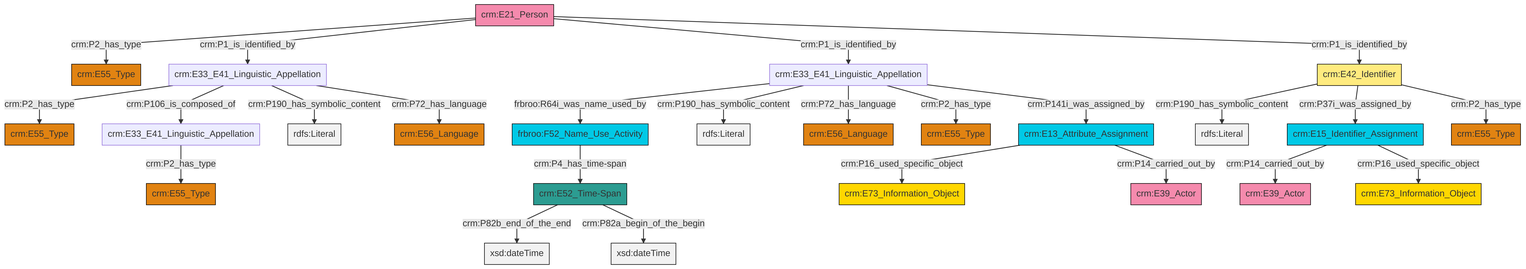
The Mermaid diagram et/personCSV/ttl/mmd/png/Person_Names_and_Classification.png in swiss-art-research-net/reference-data-models, before a commit. Its source is kept beside it as et/personCSV/ttl/mmd/Person_Names_and_Classification.ttl.mmd.
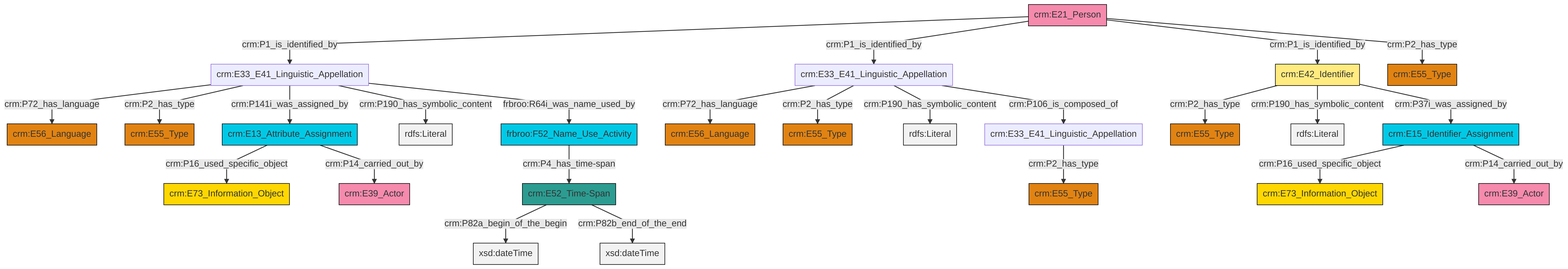
After the change.

Diff of the diagram source:
```diff
@@ -13,27 +13,27 @@
 classDef PC_Classes fill:#4ce600, stroke:#000000;
 classDef Multi fill:#cccccc,stroke:#000000;
 
-6["crm:E13_Attribute_Assignment"]:::Temporal_Entity -->|crm:P16_used_specific_object| 7["crm:E73_Information_Object"]:::Conceptual_Object
-13["crm:E33_E41_Linguistic_Appellation"]:::Default -->|frbroo:R64i_was_name_used_by| 14["frbroo:F52_Name_Use_Activity"]:::Temporal_Entity
-8["crm:E33_E41_Linguistic_Appellation"]:::Default -->|crm:P2_has_type| 17["crm:E55_Type"]:::Type
-13["crm:E33_E41_Linguistic_Appellation"]:::Default -->|crm:P190_has_symbolic_content| 20[rdfs:Literal]:::Literal
-13["crm:E33_E41_Linguistic_Appellation"]:::Default -->|crm:P72_has_language| 21["crm:E56_Language"]:::Type
-23["crm:E33_E41_Linguistic_Appellation"]:::Default -->|crm:P2_has_type| 15["crm:E55_Type"]:::Type
-18["crm:E15_Identifier_Assignment"]:::Temporal_Entity -->|crm:P14_carried_out_by| 24["crm:E39_Actor"]:::Actor
-18["crm:E15_Identifier_Assignment"]:::Temporal_Entity -->|crm:P16_used_specific_object| 25["crm:E73_Information_Object"]:::Conceptual_Object
-26["crm:E21_Person"]:::Actor -->|crm:P2_has_type| 11["crm:E55_Type"]:::Type
-0["crm:E52_Time-Span"]:::Time-Span -->|crm:P82b_end_of_the_end| 29[xsd:dateTime]:::Literal
-23["crm:E33_E41_Linguistic_Appellation"]:::Default -->|crm:P106_is_composed_of| 8["crm:E33_E41_Linguistic_Appellation"]:::Default
-26["crm:E21_Person"]:::Actor -->|crm:P1_is_identified_by| 23["crm:E33_E41_Linguistic_Appellation"]:::Default
-13["crm:E33_E41_Linguistic_Appellation"]:::Default -->|crm:P2_has_type| 32["crm:E55_Type"]:::Type
-23["crm:E33_E41_Linguistic_Appellation"]:::Default -->|crm:P190_has_symbolic_content| 34[rdfs:Literal]:::Literal
-14["frbroo:F52_Name_Use_Activity"]:::Temporal_Entity -->|crm:P4_has_time-span| 0["crm:E52_Time-Span"]:::Time-Span
-13["crm:E33_E41_Linguistic_Appellation"]:::Default -->|crm:P141i_was_assigned_by| 6["crm:E13_Attribute_Assignment"]:::Temporal_Entity
-37["crm:E42_Identifier"]:::Appellation -->|crm:P190_has_symbolic_content| 39[rdfs:Literal]:::Literal
-37["crm:E42_Identifier"]:::Appellation -->|crm:P37i_was_assigned_by| 18["crm:E15_Identifier_Assignment"]:::Temporal_Entity
-26["crm:E21_Person"]:::Actor -->|crm:P1_is_identified_by| 13["crm:E33_E41_Linguistic_Appellation"]:::Default
-23["crm:E33_E41_Linguistic_Appellation"]:::Default -->|crm:P72_has_language| 30["crm:E56_Language"]:::Type
-26["crm:E21_Person"]:::Actor -->|crm:P1_is_identified_by| 37["crm:E42_Identifier"]:::Appellation
-6["crm:E13_Attribute_Assignment"]:::Temporal_Entity -->|crm:P14_carried_out_by| 2["crm:E39_Actor"]:::Actor
-0["crm:E52_Time-Span"]:::Time-Span -->|crm:P82a_begin_of_the_begin| 46[xsd:dateTime]:::Literal
-37["crm:E42_Identifier"]:::Appellation -->|crm:P2_has_type| 4["crm:E55_Type"]:::Type
+2["crm:E33_E41_Linguistic_Appellation"]:::Default -->|crm:P72_has_language| 3["crm:E56_Language"]:::Type
+6["crm:E42_Identifier"]:::Appellation -->|crm:P2_has_type| 7["crm:E55_Type"]:::Type
+8["crm:E13_Attribute_Assignment"]:::Temporal_Entity -->|crm:P16_used_specific_object| 9["crm:E73_Information_Object"]:::Conceptual_Object
+12["crm:E33_E41_Linguistic_Appellation"]:::Default -->|crm:P72_has_language| 10["crm:E56_Language"]:::Type
+13["crm:E21_Person"]:::Actor -->|crm:P1_is_identified_by| 12["crm:E33_E41_Linguistic_Appellation"]:::Default
+8["crm:E13_Attribute_Assignment"]:::Temporal_Entity -->|crm:P14_carried_out_by| 14["crm:E39_Actor"]:::Actor
+2["crm:E33_E41_Linguistic_Appellation"]:::Default -->|crm:P2_has_type| 15["crm:E55_Type"]:::Type
+12["crm:E33_E41_Linguistic_Appellation"]:::Default -->|crm:P2_has_type| 18["crm:E55_Type"]:::Type
+2["crm:E33_E41_Linguistic_Appellation"]:::Default -->|crm:P190_has_symbolic_content| 19[rdfs:Literal]:::Literal
+20["frbroo:F52_Name_Use_Activity"]:::Temporal_Entity -->|crm:P4_has_time-span| 21["crm:E52_Time-Span"]:::Time-Span
+21["crm:E52_Time-Span"]:::Time-Span -->|crm:P82a_begin_of_the_begin| 24[xsd:dateTime]:::Literal
+21["crm:E52_Time-Span"]:::Time-Span -->|crm:P82b_end_of_the_end| 25[xsd:dateTime]:::Literal
+12["crm:E33_E41_Linguistic_Appellation"]:::Default -->|crm:P141i_was_assigned_by| 8["crm:E13_Attribute_Assignment"]:::Temporal_Entity
+27["crm:E33_E41_Linguistic_Appellation"]:::Default -->|crm:P2_has_type| 0["crm:E55_Type"]:::Type
+13["crm:E21_Person"]:::Actor -->|crm:P1_is_identified_by| 2["crm:E33_E41_Linguistic_Appellation"]:::Default
+6["crm:E42_Identifier"]:::Appellation -->|crm:P190_has_symbolic_content| 29[rdfs:Literal]:::Literal
+36["crm:E15_Identifier_Assignment"]:::Temporal_Entity -->|crm:P16_used_specific_object| 22["crm:E73_Information_Object"]:::Conceptual_Object
+12["crm:E33_E41_Linguistic_Appellation"]:::Default -->|crm:P190_has_symbolic_content| 40[rdfs:Literal]:::Literal
+13["crm:E21_Person"]:::Actor -->|crm:P1_is_identified_by| 6["crm:E42_Identifier"]:::Appellation
+6["crm:E42_Identifier"]:::Appellation -->|crm:P37i_was_assigned_by| 36["crm:E15_Identifier_Assignment"]:::Temporal_Entity
+13["crm:E21_Person"]:::Actor -->|crm:P2_has_type| 31["crm:E55_Type"]:::Type
+36["crm:E15_Identifier_Assignment"]:::Temporal_Entity -->|crm:P14_carried_out_by| 4["crm:E39_Actor"]:::Actor
+12["crm:E33_E41_Linguistic_Appellation"]:::Default -->|frbroo:R64i_was_name_used_by| 20["frbroo:F52_Name_Use_Activity"]:::Temporal_Entity
+2["crm:E33_E41_Linguistic_Appellation"]:::Default -->|crm:P106_is_composed_of| 27["crm:E33_E41_Linguistic_Appellation"]:::Default
```
